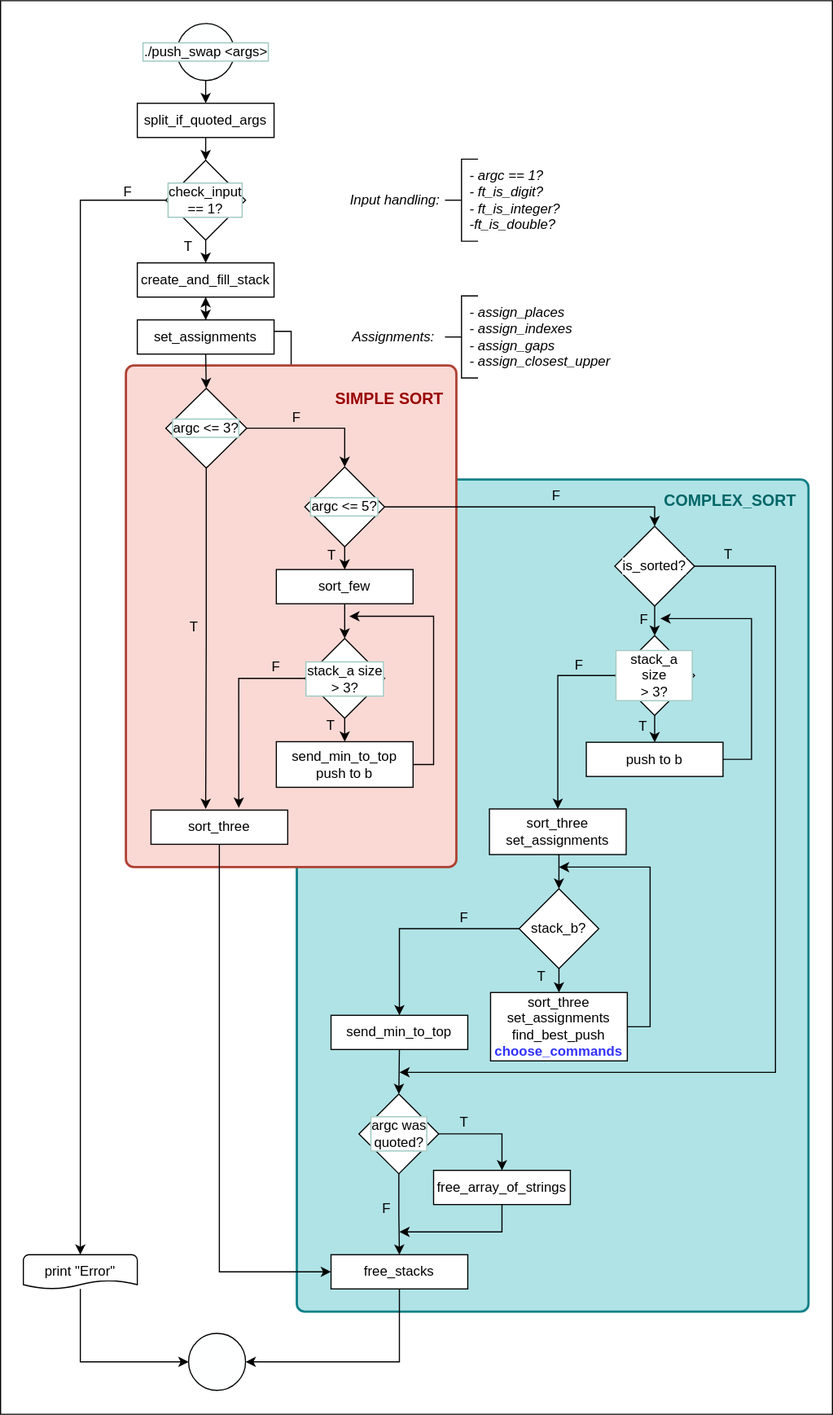
This is assets/push_swap_pseudocode.svg from ccg-v/push_swap, a draw.io export, as it was before one commit. Source tidied: cells renumbered, new cells last; positions are measured from the earlier drawing's top-left corner, leaving out a move shared by most shapes.
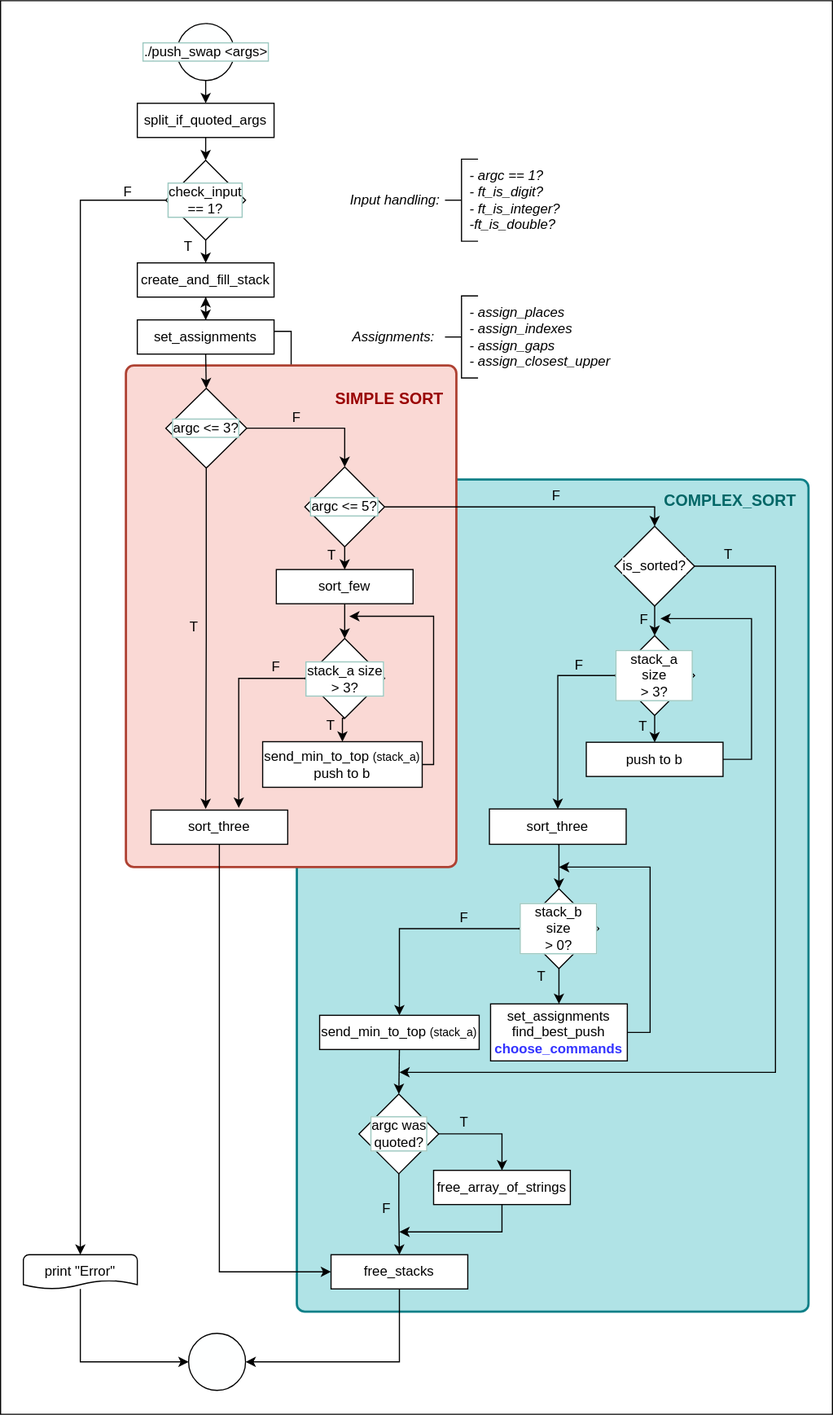
Later version of the same file.

Change to the diagram source:
```diff
@@ -128,8 +128,8 @@
         </Array>
       </mxGeometry>
     </mxCell>
-    <mxCell id="38" value="&lt;div&gt;send_min_to_top&lt;/div&gt;&lt;div&gt;push to b&lt;br&gt;&lt;/div&gt;" style="rounded=0;whiteSpace=wrap;html=1;absoluteArcSize=1;arcSize=14;strokeWidth=1;labelBackgroundColor=#FFFFFF;fillColor=#FFFFFF;labelBorderColor=none;fontColor=#000000;strokeColor=#000000;" parent="1" vertex="1">
-      <mxGeometry x="242" y="650" width="120" height="40" as="geometry" />
+    <mxCell id="38" value="&lt;div&gt;send_min_to_top &lt;font style=&quot;font-size: 10px;&quot;&gt;(stack_a)&lt;/font&gt;&lt;br&gt;&lt;/div&gt;&lt;div&gt;push to b&lt;br&gt;&lt;/div&gt;" style="rounded=0;whiteSpace=wrap;html=1;absoluteArcSize=1;arcSize=14;strokeWidth=1;labelBackgroundColor=#FFFFFF;fillColor=#FFFFFF;labelBorderColor=none;fontColor=#000000;strokeColor=#000000;" parent="1" vertex="1">
+      <mxGeometry x="230" y="650" width="140" height="40" as="geometry" />
     </mxCell>
     <mxCell id="39" style="edgeStyle=orthogonalEdgeStyle;rounded=0;jettySize=auto;html=1;exitX=0.5;exitY=1;exitDx=0;exitDy=0;entryX=0;entryY=0.5;entryDx=0;entryDy=0;strokeColor=#000000;" parent="1" edge="1" source="40" target="70">
       <mxGeometry relative="1" as="geometry">
@@ -192,8 +192,8 @@
     <mxCell id="53" style="edgeStyle=orthogonalEdgeStyle;rounded=0;jettySize=auto;html=1;exitX=0.5;exitY=1;exitDx=0;exitDy=0;entryX=0.5;entryY=0;entryDx=0;entryDy=0;entryPerimeter=0;fontSize=11;align=center;fillColor=none;strokeColor=#000000;fontColor=default;gradientColor=none;fontStyle=2;" parent="1" edge="1" source="54" target="62">
       <mxGeometry relative="1" as="geometry" />
     </mxCell>
-    <mxCell id="54" value="&lt;div&gt;sort_three&lt;br&gt;&lt;/div&gt;&lt;div&gt;set_assignments&lt;br&gt;&lt;/div&gt;" style="rounded=0;whiteSpace=wrap;html=1;absoluteArcSize=1;arcSize=14;strokeWidth=1;labelBackgroundColor=#FFFFFF;fillColor=#FFFFFF;labelBorderColor=none;fontColor=#000000;strokeColor=#000000;" parent="1" vertex="1">
-      <mxGeometry x="429" y="709" width="120" height="40" as="geometry" />
+    <mxCell id="54" value="&lt;div&gt;sort_three&lt;br&gt;&lt;/div&gt;" style="rounded=0;whiteSpace=wrap;html=1;absoluteArcSize=1;arcSize=14;strokeWidth=1;labelBackgroundColor=#FFFFFF;fillColor=#FFFFFF;labelBorderColor=none;fontColor=#000000;strokeColor=#000000;" parent="1" vertex="1">
+      <mxGeometry x="429" y="709" width="120" height="31" as="geometry" />
     </mxCell>
     <mxCell id="55" value="T" style="text;strokeColor=none;align=center;fillColor=none;html=1;verticalAlign=middle;whiteSpace=wrap;rounded=0;fontColor=#000000;fontStyle=0;" parent="1" vertex="1">
       <mxGeometry x="554" y="626.5" width="20" height="20" as="geometry" />
@@ -216,21 +216,20 @@
     <mxCell id="61" style="edgeStyle=orthogonalEdgeStyle;rounded=0;jettySize=auto;html=1;exitX=0;exitY=0.5;exitDx=0;exitDy=0;exitPerimeter=0;entryX=0.5;entryY=0;entryDx=0;entryDy=0;strokeColor=#000000;" parent="1" edge="1" source="62" target="67">
       <mxGeometry relative="1" as="geometry" />
     </mxCell>
-    <mxCell id="62" value="stack_b?" style="strokeWidth=1;html=1;shape=mxgraph.flowchart.decision;whiteSpace=wrap;fillColor=#FFFFFF;strokeColor=#000000;fontColor=#000000;rounded=0;arcSize=14;labelBackgroundColor=#FFFFFF;labelBorderColor=none;" parent="1" vertex="1">
+    <mxCell id="62" value="&lt;div&gt;stack_b size&lt;/div&gt;&lt;div&gt;&amp;gt; 0?&lt;/div&gt;" style="strokeWidth=1;html=1;shape=mxgraph.flowchart.decision;whiteSpace=wrap;fillColor=#FFFFFF;strokeColor=#000000;fontColor=#000000;rounded=0;arcSize=14;labelBackgroundColor=#FFFFFF;labelBorderColor=#9AC7BF;" parent="1" vertex="1">
       <mxGeometry x="455" y="779" width="70" height="70" as="geometry" />
     </mxCell>
     <mxCell id="63" style="edgeStyle=orthogonalEdgeStyle;rounded=0;jettySize=auto;html=1;exitX=1;exitY=0.5;exitDx=0;exitDy=0;strokeColor=#000000;" parent="1" edge="1" source="64">
       <mxGeometry relative="1" as="geometry">
         <mxPoint x="490" y="760" as="targetPoint" />
         <Array as="points">
-          <mxPoint x="570" y="895" />
+          <mxPoint x="570" y="905" />
           <mxPoint x="570" y="760" />
-          <mxPoint x="510" y="760" />
         </Array>
       </mxGeometry>
     </mxCell>
-    <mxCell id="64" value="&lt;div&gt;sort_three&lt;br&gt;&lt;/div&gt;&lt;div&gt;set_assignments&lt;/div&gt;&lt;div&gt;find_best_push&lt;br&gt;&lt;/div&gt;&lt;div&gt;&lt;font color=&quot;#3333ff&quot;&gt;&lt;b&gt;choose_commands&lt;/b&gt;&lt;/font&gt;&lt;br&gt;&lt;/div&gt;" style="rounded=0;whiteSpace=wrap;html=1;absoluteArcSize=1;arcSize=14;strokeWidth=1;labelBackgroundColor=#FFFFFF;fillColor=#FFFFFF;labelBorderColor=none;fontColor=#000000;strokeColor=#000000;" parent="1" vertex="1">
-      <mxGeometry x="430" y="870" width="120" height="60" as="geometry" />
+    <mxCell id="64" value="&lt;div&gt;set_assignments&lt;/div&gt;&lt;div&gt;find_best_push&lt;br&gt;&lt;/div&gt;&lt;div&gt;&lt;font color=&quot;#3333ff&quot;&gt;&lt;b&gt;choose_commands&lt;/b&gt;&lt;/font&gt;&lt;br&gt;&lt;/div&gt;" style="rounded=0;whiteSpace=wrap;html=1;absoluteArcSize=1;arcSize=14;strokeWidth=1;labelBackgroundColor=#FFFFFF;fillColor=#FFFFFF;labelBorderColor=none;fontColor=#000000;strokeColor=#000000;" parent="1" vertex="1">
+      <mxGeometry x="430" y="880" width="120" height="50" as="geometry" />
     </mxCell>
     <mxCell id="65" value="T" style="text;strokeColor=none;align=center;fillColor=none;html=1;verticalAlign=middle;whiteSpace=wrap;rounded=0;fontColor=#000000;fontStyle=0;" parent="1" vertex="1">
       <mxGeometry x="465" y="846" width="20" height="20" as="geometry" />
@@ -238,8 +237,8 @@
     <mxCell id="66" style="edgeStyle=orthogonalEdgeStyle;rounded=0;jettySize=auto;html=1;exitX=0.5;exitY=1;exitDx=0;exitDy=0;entryX=0.5;entryY=0;entryDx=0;entryDy=0;entryPerimeter=0;strokeColor=#000000;" parent="1" edge="1" source="67" target="73">
       <mxGeometry relative="1" as="geometry" />
     </mxCell>
-    <mxCell id="67" value="send_min_to_top" style="rounded=0;whiteSpace=wrap;html=1;absoluteArcSize=1;arcSize=14;strokeWidth=1;labelBackgroundColor=#FFFFFF;fillColor=#FFFFFF;labelBorderColor=none;fontColor=#000000;strokeColor=#000000;" parent="1" vertex="1">
-      <mxGeometry x="290" y="890" width="120" height="30" as="geometry" />
+    <mxCell id="67" value="send_min_to_top &lt;font style=&quot;font-size: 10px;&quot;&gt;(stack_a)&lt;/font&gt;" style="rounded=0;whiteSpace=wrap;html=1;absoluteArcSize=1;arcSize=14;strokeWidth=1;labelBackgroundColor=#FFFFFF;fillColor=#FFFFFF;labelBorderColor=none;fontColor=#000000;strokeColor=#000000;" parent="1" vertex="1">
+      <mxGeometry x="280" y="890" width="140" height="30" as="geometry" />
     </mxCell>
     <mxCell id="68" value="F" style="text;strokeColor=none;align=center;fillColor=none;html=1;verticalAlign=middle;whiteSpace=wrap;rounded=0;fontColor=#000000;fontStyle=0;" parent="1" vertex="1">
       <mxGeometry x="397" y="795" width="20" height="20" as="geometry" />
```
